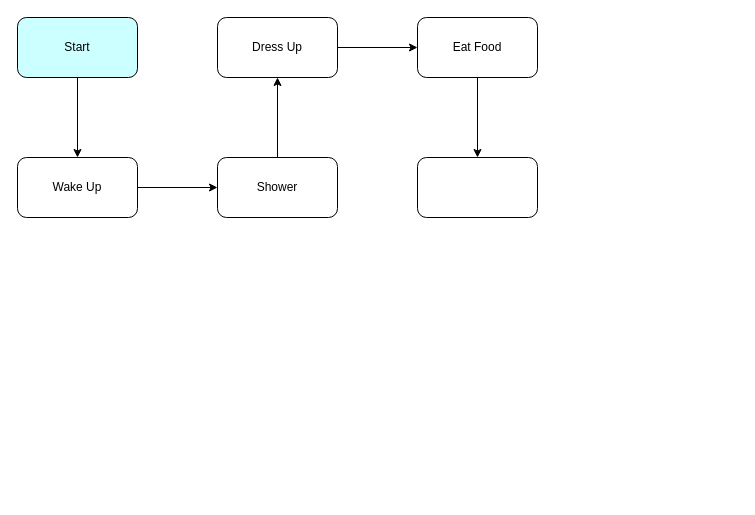
Earlier version of the draw.io diagram Untitled Diagram.drawio (ItzEnderz/ict). Source tidied: cells renumbered, new cells numbered last; positions are measured from the earlier drawing's top-left corner, leaving out a move shared by most shapes. Both pictures are drawn from the tidied source at 100%, with x=0, y=0 at pixel (17, 17).
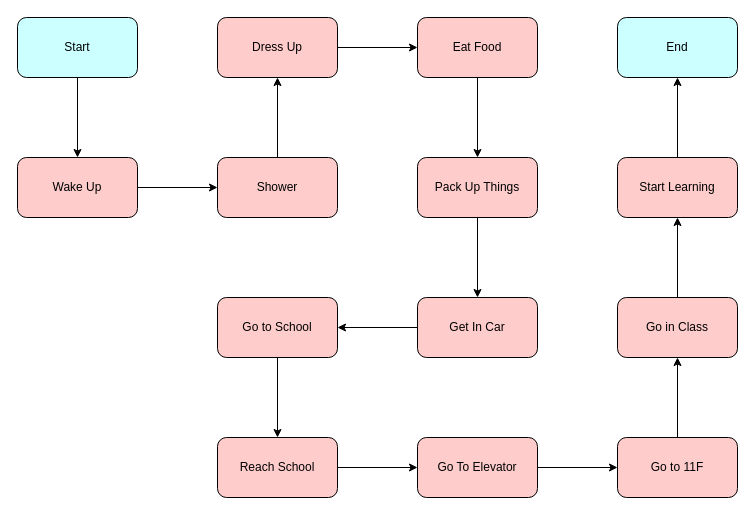
Above is the later version.

The edit, as a diff of the source:
```diff
@@
-    <mxCell id="5" value="Wake Up" style="whiteSpace=wrap;html=1;rounded=1;" parent="1" vertex="1">
+    <mxCell id="5" value="Wake Up" style="whiteSpace=wrap;html=1;rounded=1;fillColor=#FFCCCC;" parent="1" vertex="1">
       <mxGeometry y="140" width="120" height="60" as="geometry" />
     </mxCell>
@@
-    <mxCell id="7" value="Shower" style="whiteSpace=wrap;html=1;rounded=1;" parent="1" vertex="1">
+    <mxCell id="7" value="Shower" style="whiteSpace=wrap;html=1;rounded=1;fillColor=#FFCCCC;" parent="1" vertex="1">
       <mxGeometry x="200" y="140" width="120" height="60" as="geometry" />
     </mxCell>
@@
-    <mxCell id="9" value="Dress Up" style="whiteSpace=wrap;html=1;rounded=1;" parent="1" vertex="1">
+    <mxCell id="9" value="Dress Up" style="whiteSpace=wrap;html=1;rounded=1;fillColor=#FFCCCC;" parent="1" vertex="1">
       <mxGeometry x="200" width="120" height="60" as="geometry" />
     </mxCell>
@@
-    <mxCell id="11" value="Eat Food" style="whiteSpace=wrap;html=1;rounded=1;" parent="1" vertex="1">
+    <mxCell id="11" value="Eat Food" style="whiteSpace=wrap;html=1;rounded=1;fillColor=#FFCCCC;" parent="1" vertex="1">
       <mxGeometry x="400" width="120" height="60" as="geometry" />
     </mxCell>
+    <mxCell id="13" style="edgeStyle=orthogonalEdgeStyle;rounded=0;jettySize=auto;html=1;" parent="1" edge="1" source="12" target="15">
+      <mxGeometry relative="1" as="geometry" />
+    </mxCell>
-    <mxCell id="12" style="whiteSpace=wrap;html=1;rounded=1;" parent="1" vertex="1">
+    <mxCell id="12" value="Pack Up Things" style="whiteSpace=wrap;html=1;rounded=1;fillColor=#FFCCCC;" parent="1" vertex="1">
       <mxGeometry x="400" y="140" width="120" height="60" as="geometry" />
     </mxCell>
+    <mxCell id="14" style="edgeStyle=orthogonalEdgeStyle;rounded=0;jettySize=auto;html=1;" parent="1" edge="1" source="15" target="17">
+      <mxGeometry relative="1" as="geometry" />
+    </mxCell>
+    <mxCell id="15" value="Get In Car" style="whiteSpace=wrap;html=1;rounded=1;fillColor=#FFCCCC;" parent="1" vertex="1">
+      <mxGeometry x="400" y="280" width="120" height="60" as="geometry" />
+    </mxCell>
+    <mxCell id="16" style="edgeStyle=orthogonalEdgeStyle;rounded=0;jettySize=auto;html=1;" parent="1" edge="1" source="17" target="19">
+      <mxGeometry relative="1" as="geometry" />
+    </mxCell>
+    <mxCell id="17" value="Go to School" style="whiteSpace=wrap;html=1;rounded=1;fillColor=#FFCCCC;" parent="1" vertex="1">
+      <mxGeometry x="200" y="280" width="120" height="60" as="geometry" />
+    </mxCell>
+    <mxCell id="18" style="edgeStyle=orthogonalEdgeStyle;rounded=0;jettySize=auto;html=1;" parent="1" edge="1" source="19" target="21">
+      <mxGeometry relative="1" as="geometry" />
+    </mxCell>
+    <mxCell id="19" value="Reach School" style="whiteSpace=wrap;html=1;rounded=1;fillColor=#FFCCCC;" parent="1" vertex="1">
+      <mxGeometry x="200" y="420" width="120" height="60" as="geometry" />
+    </mxCell>
+    <mxCell id="20" style="edgeStyle=orthogonalEdgeStyle;rounded=0;jettySize=auto;html=1;" parent="1" edge="1" source="21" target="23">
+      <mxGeometry relative="1" as="geometry" />
+    </mxCell>
+    <mxCell id="21" value="Go To Elevator" style="whiteSpace=wrap;html=1;rounded=1;fillColor=#FFCCCC;" parent="1" vertex="1">
+      <mxGeometry x="400" y="420" width="120" height="60" as="geometry" />
+    </mxCell>
+    <mxCell id="22" style="edgeStyle=orthogonalEdgeStyle;rounded=0;jettySize=auto;html=1;" parent="1" edge="1" source="23" target="25">
+      <mxGeometry relative="1" as="geometry" />
+    </mxCell>
+    <mxCell id="23" value="Go to 11F" style="whiteSpace=wrap;html=1;rounded=1;fillColor=#FFCCCC;" parent="1" vertex="1">
+      <mxGeometry x="600" y="420" width="120" height="60" as="geometry" />
+    </mxCell>
+    <mxCell id="24" style="edgeStyle=orthogonalEdgeStyle;rounded=0;jettySize=auto;html=1;" parent="1" edge="1" source="25" target="27">
+      <mxGeometry relative="1" as="geometry" />
+    </mxCell>
+    <mxCell id="25" value="Go in Class" style="whiteSpace=wrap;html=1;rounded=1;fillColor=#FFCCCC;" parent="1" vertex="1">
+      <mxGeometry x="600" y="280" width="120" height="60" as="geometry" />
+    </mxCell>
+    <mxCell id="26" style="edgeStyle=orthogonalEdgeStyle;rounded=0;jettySize=auto;html=1;" parent="1" edge="1" source="27" target="28">
+      <mxGeometry relative="1" as="geometry" />
+    </mxCell>
+    <mxCell id="27" value="Start Learning" style="whiteSpace=wrap;html=1;rounded=1;fillColor=#FFCCCC;" parent="1" vertex="1">
+      <mxGeometry x="600" y="140" width="120" height="60" as="geometry" />
+    </mxCell>
+    <mxCell id="28" value="End" style="whiteSpace=wrap;html=1;rounded=1;fillColor=#CCFFFF;" parent="1" vertex="1">
+      <mxGeometry x="600" width="120" height="60" as="geometry" />
+    </mxCell>
```
